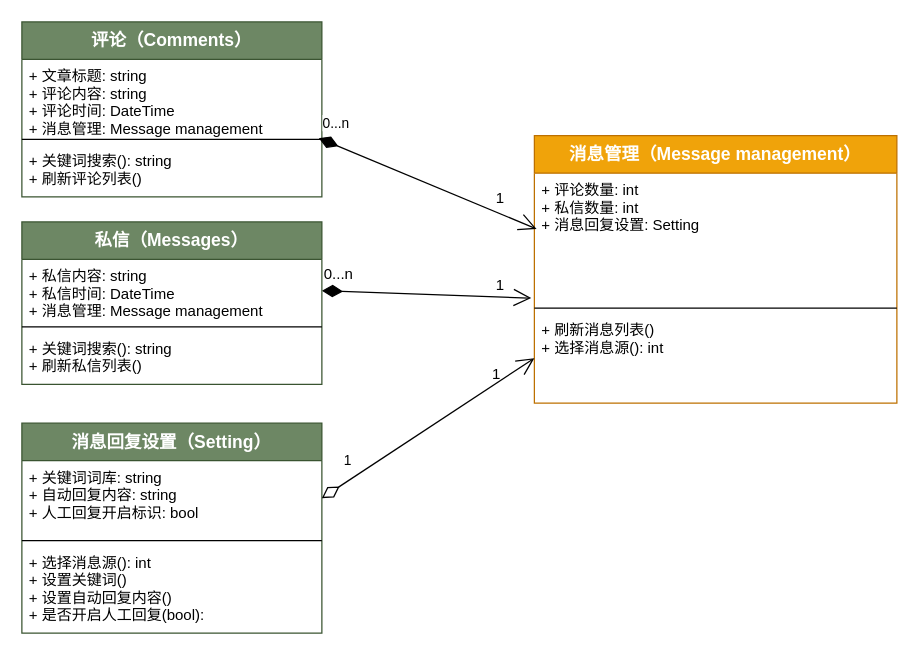
This is 1-SoftwareRequirements/Messages/msg_class.drawio from zan-press/diagram, a draw.io file, before an edit. Source tidied: cells renumbered, new cells numbered last; positions are measured from the earlier drawing's top-left corner, leaving out a move shared by most shapes. Both pictures are drawn from the tidied source at 125%, with x=0, y=0 at pixel (21, 21).
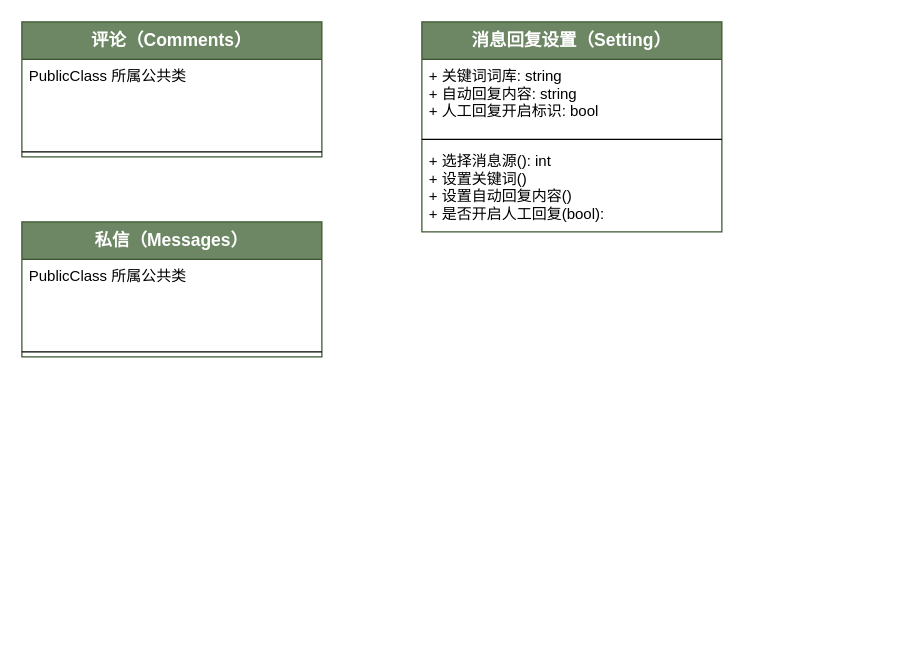
The same page after the edit.

Commit message:
Polish msg_class

Unchanged cells that the change refers to:
```xml
<mxCell id="14" value="+ 关键词词库: string&#10;+ 自动回复内容: string&#10;+ 人工回复开启标识: bool" style="text;strokeColor=none;fillColor=none;align=left;verticalAlign=top;spacingLeft=4;spacingRight=4;overflow=hidden;points=[[0,0.5],[1,0.5]];portConstraint=eastwest;fontFamily=SF Mono;" parent="13" vertex="1">
  <mxGeometry y="30" width="240" height="60" as="geometry" />
</mxCell>
```

What changed in the source:
```diff
@@
-    <mxCell id="2" value="&lt;font style=&quot;font-size: 12px&quot;&gt;0...n&lt;/font&gt;" style="endArrow=open;html=1;endSize=12;startArrow=diamondThin;startSize=14;startFill=1;align=left;verticalAlign=bottom;fontSize=14;exitX=1;exitY=0.5;exitDx=0;exitDy=0;fontFamily=SF Mono;" parent="1" edge="1" source="4">
-      <mxGeometry x="-1" y="3" relative="1" as="geometry">
-        <mxPoint x="407.5" y="221" as="targetPoint" />
-      </mxGeometry>
-    </mxCell>
     <mxCell id="3" value="私信（Messages）" style="swimlane;fontStyle=1;align=center;verticalAlign=top;horizontal=1;startSize=30;fontSize=14;fillColor=#6d8764;strokeColor=#3A5431;fontColor=#ffffff;fontFamily=SF Mono;" parent="1" vertex="1">
-      <mxGeometry y="160" width="240" height="130" as="geometry" />
+      <mxGeometry y="160" width="240" height="108" as="geometry" />
     </mxCell>
-    <mxCell id="4" value="+ 私信内容: string&#10;+ 私信时间: DateTime&#10;+ 消息管理: Message management" style="text;strokeColor=none;fillColor=none;align=left;verticalAlign=top;spacingLeft=4;spacingRight=4;overflow=hidden;points=[[0,0.5],[1,0.5]];portConstraint=eastwest;fontFamily=SF Mono;" parent="3" vertex="1">
-      <mxGeometry y="30" width="240" height="50" as="geometry" />
+    <mxCell id="4" value="PublicClass 所属公共类" style="text;strokeColor=none;fillColor=none;align=left;verticalAlign=top;spacingLeft=4;spacingRight=4;overflow=hidden;points=[[0,0.5],[1,0.5]];portConstraint=eastwest;fontFamily=SF Mono;" parent="3" vertex="1">
+      <mxGeometry y="30" width="240" height="70" as="geometry" />
     </mxCell>
     <mxCell id="5" style="line;strokeWidth=1;fillColor=none;align=left;verticalAlign=middle;spacingTop=-1;spacingLeft=3;spacingRight=3;labelPosition=right;fontFamily=SF Mono;" parent="3" vertex="1">
-      <mxGeometry y="80" width="240" height="8" as="geometry" />
+      <mxGeometry y="100" width="240" height="8" as="geometry" />
     </mxCell>
-    <mxCell id="6" value="+ 关键词搜索(): string&#10;+ 刷新私信列表()" style="text;strokeColor=none;fillColor=none;align=left;verticalAlign=top;spacingLeft=4;spacingRight=4;overflow=hidden;fontFamily=SF Mono;" parent="3" vertex="1">
-      <mxGeometry y="88" width="240" height="42" as="geometry" />
-    </mxCell>
-    <mxCell id="7" value="消息管理（Message management）" style="swimlane;fontStyle=1;align=center;verticalAlign=top;horizontal=1;startSize=30;fontSize=14;fillColor=#f0a30a;strokeColor=#BD7000;fontColor=#ffffff;fontFamily=SF Mono;" parent="1" vertex="1">
-      <mxGeometry x="410" y="91" width="290" height="214" as="geometry" />
-    </mxCell>
-    <mxCell id="8" value="+ 评论数量: int&#10;+ 私信数量: int&#10;+ 消息回复设置: Setting" style="text;strokeColor=none;fillColor=none;align=left;verticalAlign=top;spacingLeft=4;spacingRight=4;overflow=hidden;points=[[0,0.5],[1,0.5]];portConstraint=eastwest;fontFamily=SF Mono;" parent="7" vertex="1">
-      <mxGeometry y="30" width="290" height="104" as="geometry" />
-    </mxCell>
-    <mxCell id="9" style="line;strokeWidth=1;fillColor=none;align=left;verticalAlign=middle;spacingTop=-1;spacingLeft=3;spacingRight=3;labelPosition=right;fontFamily=SF Mono;" parent="7" vertex="1">
-      <mxGeometry y="134" width="290" height="8" as="geometry" />
-    </mxCell>
-    <mxCell id="10" value="+ 刷新消息列表()&#10;+ 选择消息源(): int" style="text;strokeColor=none;fillColor=none;align=left;verticalAlign=top;spacingLeft=4;spacingRight=4;overflow=hidden;points=[[0,0.5],[1,0.5]];portConstraint=eastwest;fontFamily=SF Mono;" parent="7" vertex="1">
-      <mxGeometry y="142" width="290" height="72" as="geometry" />
-    </mxCell>
-    <mxCell id="11" value="&lt;font style=&quot;font-size: 12px&quot;&gt;1&lt;/font&gt;" style="text;html=1;strokeColor=none;fillColor=none;align=center;verticalAlign=middle;whiteSpace=wrap;rounded=0;fontSize=14;fontFamily=SF Mono;" parent="1" vertex="1">
-      <mxGeometry x="363" y="130" width="40" height="20" as="geometry" />
-    </mxCell>
-    <mxCell id="12" value="&lt;font style=&quot;font-size: 12px&quot;&gt;1&lt;/font&gt;" style="text;html=1;strokeColor=none;fillColor=none;align=center;verticalAlign=middle;whiteSpace=wrap;rounded=0;fontSize=14;fontFamily=SF Mono;" parent="1" vertex="1">
-      <mxGeometry x="363" y="200" width="40" height="20" as="geometry" />
-    </mxCell>
     <mxCell id="13" value="消息回复设置（Setting）" style="swimlane;fontStyle=1;align=center;verticalAlign=top;horizontal=1;startSize=30;fontSize=14;fillColor=#6d8764;strokeColor=#3A5431;fontColor=#ffffff;fontFamily=SF Mono;" parent="1" vertex="1">
-      <mxGeometry y="321" width="240" height="168" as="geometry" />
+      <mxGeometry x="320" width="240" height="168" as="geometry" />
     </mxCell>
@@
     <mxCell id="17" value="评论（Comments）" style="swimlane;fontStyle=1;align=center;verticalAlign=top;horizontal=1;startSize=30;fontSize=14;fillColor=#6d8764;strokeColor=#3A5431;fontColor=#ffffff;fontFamily=SF Mono;" parent="1" vertex="1">
-      <mxGeometry width="240" height="140" as="geometry" />
+      <mxGeometry width="240" height="108" as="geometry" />
     </mxCell>
-    <mxCell id="18" value="+ 文章标题: string&#10;+ 评论内容: string&#10;+ 评论时间: DateTime&#10;+ 消息管理: Message management" style="text;strokeColor=none;fillColor=none;align=left;verticalAlign=top;spacingLeft=4;spacingRight=4;overflow=hidden;points=[[0,0.5],[1,0.5]];portConstraint=eastwest;fontFamily=SF Mono;" parent="17" vertex="1">
-      <mxGeometry y="30" width="240" height="60" as="geometry" />
+    <mxCell id="18" value="PublicClass 所属公共类" style="text;strokeColor=none;fillColor=none;align=left;verticalAlign=top;spacingLeft=4;spacingRight=4;overflow=hidden;points=[[0,0.5],[1,0.5]];portConstraint=eastwest;fontFamily=SF Mono;" parent="17" vertex="1">
+      <mxGeometry y="30" width="240" height="70" as="geometry" />
     </mxCell>
     <mxCell id="19" style="line;strokeWidth=1;fillColor=none;align=left;verticalAlign=middle;spacingTop=-1;spacingLeft=3;spacingRight=3;labelPosition=right;fontFamily=SF Mono;" parent="17" vertex="1">
-      <mxGeometry y="90" width="240" height="8" as="geometry" />
+      <mxGeometry y="100" width="240" height="8" as="geometry" />
     </mxCell>
-    <mxCell id="20" value="+ 关键词搜索(): string&#10;+ 刷新评论列表()" style="text;strokeColor=none;fillColor=none;align=left;verticalAlign=top;spacingLeft=4;spacingRight=4;overflow=hidden;fontFamily=SF Mono;" parent="17" vertex="1">
-      <mxGeometry y="98" width="240" height="42" as="geometry" />
-    </mxCell>
-    <mxCell id="21" value="0...n" style="endArrow=open;html=1;endSize=12;startArrow=diamondThin;startSize=14;startFill=1;align=left;verticalAlign=bottom;entryX=0.006;entryY=0.429;entryDx=0;entryDy=0;entryPerimeter=0;exitX=0.99;exitY=1.05;exitDx=0;exitDy=0;exitPerimeter=0;fontFamily=SF Mono;" parent="1" edge="1" source="18" target="8">
-      <mxGeometry x="-1" y="3" relative="1" as="geometry" />
-    </mxCell>
-    <mxCell id="22" value="1" style="endArrow=open;html=1;endSize=12;startArrow=diamondThin;startSize=14;startFill=0;align=left;verticalAlign=bottom;entryX=0;entryY=0.5;entryDx=0;entryDy=0;exitX=1;exitY=0.5;exitDx=0;exitDy=0;fontFamily=SF Mono;" parent="1" edge="1" source="14" target="10">
-      <mxGeometry x="-0.75" y="9" relative="1" as="geometry" />
-    </mxCell>
-    <mxCell id="23" value="&lt;font style=&quot;font-size: 12px&quot;&gt;1&lt;/font&gt;" style="text;html=1;strokeColor=none;fillColor=none;align=center;verticalAlign=middle;whiteSpace=wrap;rounded=0;fontSize=14;rotation=0;fontFamily=SF Mono;" parent="1" vertex="1">
-      <mxGeometry x="360" y="271" width="40" height="20" as="geometry" />
-    </mxCell>
```
